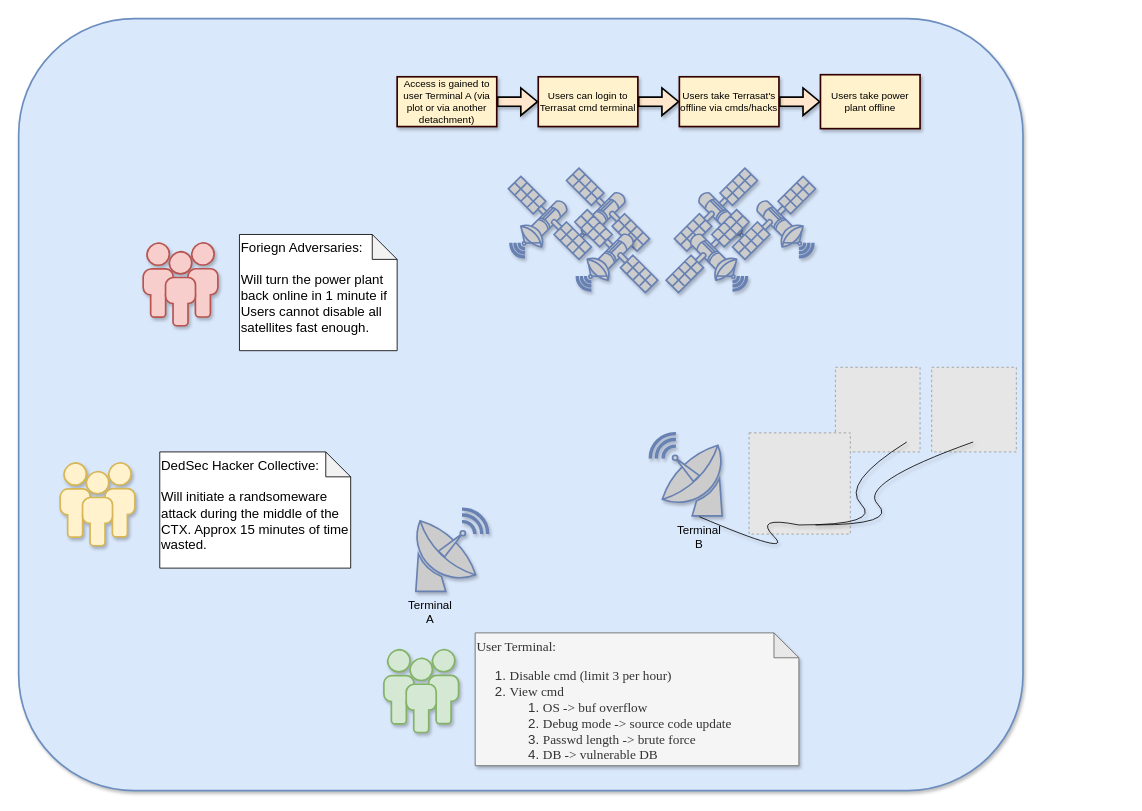
This is Overview.drawio from CyberTrainingExercise/Black0ut, a draw.io file, before an edit. Source tidied: cells renumbered, new cells numbered last; positions are measured from the earlier drawing's top-left corner, leaving out a move shared by most shapes. Both pictures are drawn from the tidied source at 83%, with x=0, y=0 at pixel (18, 18). Pictures stored in the file or linked from it are replaced by grey dashed boxes.
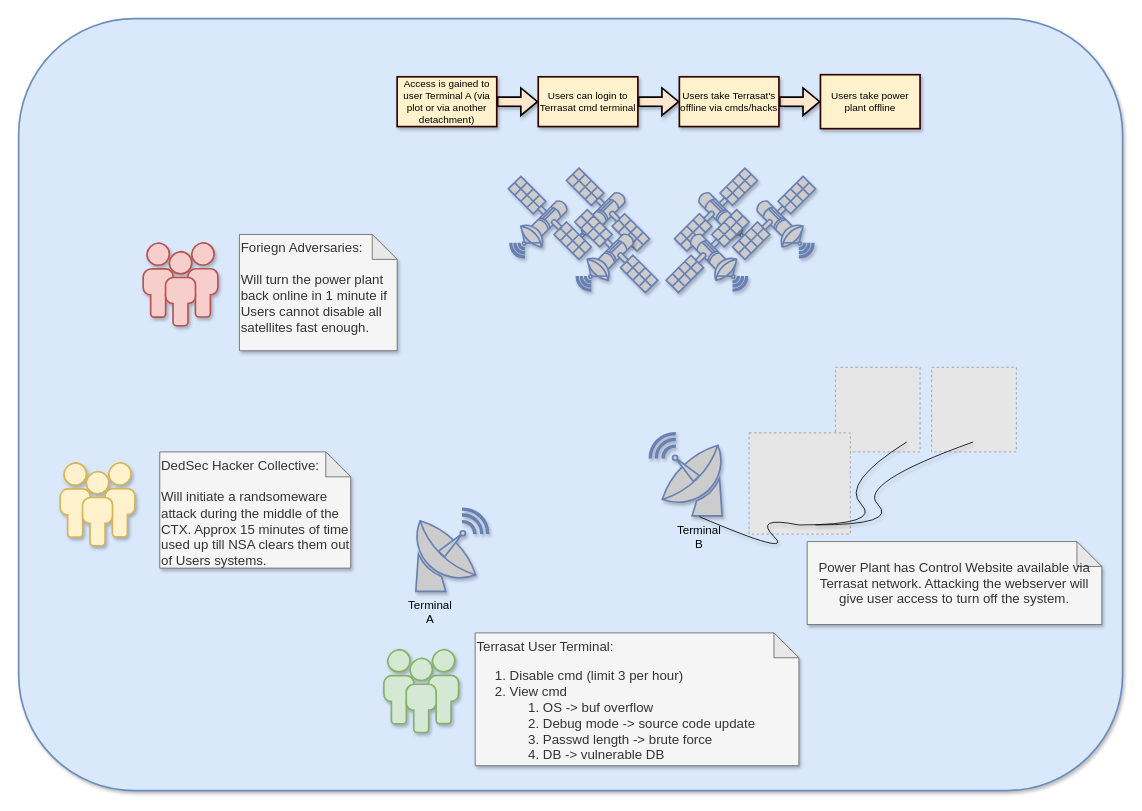
The same page after the edit.

Commit message:
Add more overview details

Diff of the diagram source:
```diff
@@
     <mxCell id="2" style="rounded=1;whiteSpace=wrap;html=1;strokeColor=#6c8ebf;strokeWidth=2;fontFamily=Times New Roman;fontSize=14;fillColor=#dae8fc;shadow=1;" parent="1" vertex="1">
-      <mxGeometry width="1210" height="930" as="geometry" />
+      <mxGeometry width="1330" height="930" as="geometry" />
     </mxCell>
@@
-    <mxCell id="15" value="&lt;div style=&quot;font-size: 16px;&quot;&gt;&lt;span style=&quot;background-color: initial;&quot;&gt;&lt;font face=&quot;Times New Roman&quot; style=&quot;font-size: 16px;&quot;&gt;User Terminal:&lt;/font&gt;&lt;/span&gt;&lt;/div&gt;&lt;div style=&quot;font-size: 16px;&quot;&gt;&lt;ol style=&quot;&quot;&gt;&lt;li style=&quot;&quot;&gt;&lt;span style=&quot;background-color: initial;&quot;&gt;&lt;font face=&quot;Times New Roman&quot; style=&quot;font-size: 16px;&quot;&gt;Disable cmd (limit 3 per hour)&lt;/font&gt;&lt;/span&gt;&lt;/li&gt;&lt;li style=&quot;&quot;&gt;&lt;span style=&quot;background-color: initial;&quot;&gt;&lt;font face=&quot;Times New Roman&quot; style=&quot;font-size: 16px;&quot;&gt;View cmd&lt;/font&gt;&lt;/span&gt;&lt;/li&gt;&lt;ol style=&quot;&quot;&gt;&lt;li style=&quot;&quot;&gt;&lt;span style=&quot;background-color: initial;&quot;&gt;&lt;font face=&quot;Times New Roman&quot; style=&quot;font-size: 16px;&quot;&gt;OS -&amp;gt; buf overflow&lt;/font&gt;&lt;/span&gt;&lt;/li&gt;&lt;li style=&quot;&quot;&gt;&lt;span style=&quot;background-color: initial;&quot;&gt;&lt;font face=&quot;Times New Roman&quot; style=&quot;font-size: 16px;&quot;&gt;Debug mode -&amp;gt; source code update&lt;/font&gt;&lt;/span&gt;&lt;/li&gt;&lt;li style=&quot;&quot;&gt;&lt;span style=&quot;background-color: initial;&quot;&gt;&lt;font face=&quot;Times New Roman&quot; style=&quot;font-size: 16px;&quot;&gt;Passwd length -&amp;gt; brute force&lt;/font&gt;&lt;/span&gt;&lt;/li&gt;&lt;li style=&quot;&quot;&gt;&lt;span style=&quot;background-color: initial;&quot;&gt;&lt;font face=&quot;Times New Roman&quot; style=&quot;font-size: 16px;&quot;&gt;DB -&amp;gt; vulnerable DB&lt;/font&gt;&lt;/span&gt;&lt;/li&gt;&lt;/ol&gt;&lt;/ol&gt;&lt;/div&gt;" style="shape=note;whiteSpace=wrap;html=1;backgroundOutline=1;darkOpacity=0.05;align=left;verticalAlign=top;fillColor=#f5f5f5;fontColor=#333333;strokeColor=#666666;shadow=1;" parent="1" vertex="1">
+    <mxCell id="15" value="&lt;div style=&quot;font-size: 16px;&quot;&gt;&lt;span style=&quot;background-color: initial;&quot;&gt;&lt;font style=&quot;font-size: 16px;&quot;&gt;Terrasat User Terminal:&lt;/font&gt;&lt;/span&gt;&lt;/div&gt;&lt;div style=&quot;font-size: 16px;&quot;&gt;&lt;ol style=&quot;&quot;&gt;&lt;li style=&quot;&quot;&gt;&lt;span style=&quot;background-color: initial;&quot;&gt;&lt;font style=&quot;font-size: 16px;&quot;&gt;Disable cmd (limit 3 per hour)&lt;/font&gt;&lt;/span&gt;&lt;/li&gt;&lt;li style=&quot;&quot;&gt;&lt;span style=&quot;background-color: initial;&quot;&gt;&lt;font style=&quot;font-size: 16px;&quot;&gt;View cmd&lt;/font&gt;&lt;/span&gt;&lt;/li&gt;&lt;ol style=&quot;&quot;&gt;&lt;li style=&quot;&quot;&gt;&lt;span style=&quot;background-color: initial;&quot;&gt;&lt;font style=&quot;font-size: 16px;&quot;&gt;OS -&amp;gt; buf overflow&lt;/font&gt;&lt;/span&gt;&lt;/li&gt;&lt;li style=&quot;&quot;&gt;&lt;span style=&quot;background-color: initial;&quot;&gt;&lt;font style=&quot;font-size: 16px;&quot;&gt;Debug mode -&amp;gt; source code update&lt;/font&gt;&lt;/span&gt;&lt;/li&gt;&lt;li style=&quot;&quot;&gt;&lt;span style=&quot;background-color: initial;&quot;&gt;&lt;font style=&quot;font-size: 16px;&quot;&gt;Passwd length -&amp;gt; brute force&lt;/font&gt;&lt;/span&gt;&lt;/li&gt;&lt;li style=&quot;&quot;&gt;&lt;span style=&quot;background-color: initial;&quot;&gt;&lt;font style=&quot;font-size: 16px;&quot;&gt;DB -&amp;gt; vulnerable DB&lt;/font&gt;&lt;/span&gt;&lt;/li&gt;&lt;/ol&gt;&lt;/ol&gt;&lt;/div&gt;" style="shape=note;whiteSpace=wrap;html=1;backgroundOutline=1;darkOpacity=0.05;align=left;verticalAlign=top;fillColor=#f5f5f5;fontColor=#333333;strokeColor=#666666;shadow=1;" parent="1" vertex="1">
       <mxGeometry x="550" y="740" width="390" height="160" as="geometry" />
     </mxCell>
@@
-    <mxCell id="17" value="Access is gained to user Terminal A (via plot or via another detachment)" style="rounded=0;whiteSpace=wrap;html=1;fillColor=#fff2cc;strokeColor=#330000;strokeWidth=2;shadow=1;" parent="1" vertex="1">
+    <mxCell id="17" value="&lt;font style=&quot;font-size: 12px;&quot;&gt;Access is gained to user Terminal A (via plot or via another detachment)&lt;/font&gt;" style="rounded=0;whiteSpace=wrap;html=1;fillColor=#fff2cc;strokeColor=#330000;strokeWidth=2;shadow=1;" parent="1" vertex="1">
       <mxGeometry x="456" y="70" width="120" height="60" as="geometry" />
     </mxCell>
@@
-    <mxCell id="30" value="&lt;font style=&quot;font-size: 16px;&quot;&gt;Foriegn Adversaries:&lt;br&gt;&lt;br&gt;Will turn the power plant back online in 1 minute if Users cannot disable all satellites fast enough.&lt;/font&gt;" style="shape=note;whiteSpace=wrap;html=1;backgroundOutline=1;darkOpacity=0.05;align=left;verticalAlign=top;" parent="1" vertex="1">
+    <mxCell id="30" value="&lt;font style=&quot;font-size: 16px;&quot;&gt;Foriegn Adversaries:&lt;br&gt;&lt;br&gt;Will turn the power plant back online in 1 minute if Users cannot disable all satellites fast enough.&lt;/font&gt;" style="shape=note;whiteSpace=wrap;html=1;backgroundOutline=1;darkOpacity=0.05;align=left;verticalAlign=top;fillColor=#f5f5f5;fontColor=#333333;strokeColor=#666666;shadow=1;" parent="1" vertex="1">
       <mxGeometry x="266" y="260" width="190" height="140" as="geometry" />
     </mxCell>
-    <mxCell id="31" value="&lt;font style=&quot;font-size: 16px;&quot;&gt;DedSec Hacker Collective:&lt;br&gt;&lt;br&gt;Will initiate a randsomeware attack during the middle of the CTX. Approx 15 minutes of time wasted.&lt;/font&gt;" style="shape=note;whiteSpace=wrap;html=1;backgroundOutline=1;darkOpacity=0.05;align=left;verticalAlign=top;" parent="1" vertex="1">
+    <mxCell id="31" value="&lt;font style=&quot;font-size: 16px;&quot;&gt;DedSec Hacker Collective:&lt;br&gt;&lt;br&gt;Will initiate a randsomeware attack during the middle of the CTX. Approx 15 minutes of time used up till NSA clears them out of Users systems.&lt;/font&gt;" style="shape=note;whiteSpace=wrap;html=1;backgroundOutline=1;darkOpacity=0.05;align=left;verticalAlign=top;fillColor=#f5f5f5;fontColor=#333333;strokeColor=#666666;shadow=1;" parent="1" vertex="1">
       <mxGeometry x="170" y="522" width="230" height="140" as="geometry" />
     </mxCell>
+    <mxCell id="32" value="&lt;font style=&quot;font-size: 16px;&quot;&gt;Power Plant has Control Website available via Terrasat network. Attacking the webserver will give user access to turn off the system.&lt;/font&gt;" style="shape=note;whiteSpace=wrap;html=1;backgroundOutline=1;darkOpacity=0.05;fontFamily=Helvetica;fontSize=12;fillColor=#f5f5f5;fontColor=#333333;strokeColor=#666666;shadow=1;" parent="1" vertex="1">
+      <mxGeometry x="950" y="630" width="355" height="100" as="geometry" />
+    </mxCell>
```
